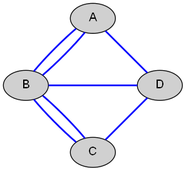
wuxianxingkong/noesis keeps this Graphviz diagram as book/image/history/konigsberg-graph.png. Above is the earlier version. Its source is kept beside it as book/image/history/konigsberg-graph.dot.
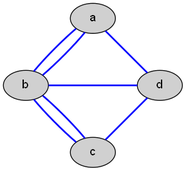
After the change.

Commit message:
[book] Figure: Konigsberg bridges

Diff of the diagram source:
```diff
@@ -6,11 +6,11 @@
 node[fontname="Helvetica", style=filled, fillcolor="#d0d0d0"]
 edge[fontname="Helvetica", style=bold, color=blue, arrowhead=open];
 
- C -- B;
- C -- B;
- B -- A;
- B -- A;
- C -- D;
- B -- D;
- A -- D;
+ c -- b;
+ c -- b;
+ b -- a;
+ b -- a;
+ c -- d;
+ b -- d;
+ a -- d;
 }
```
